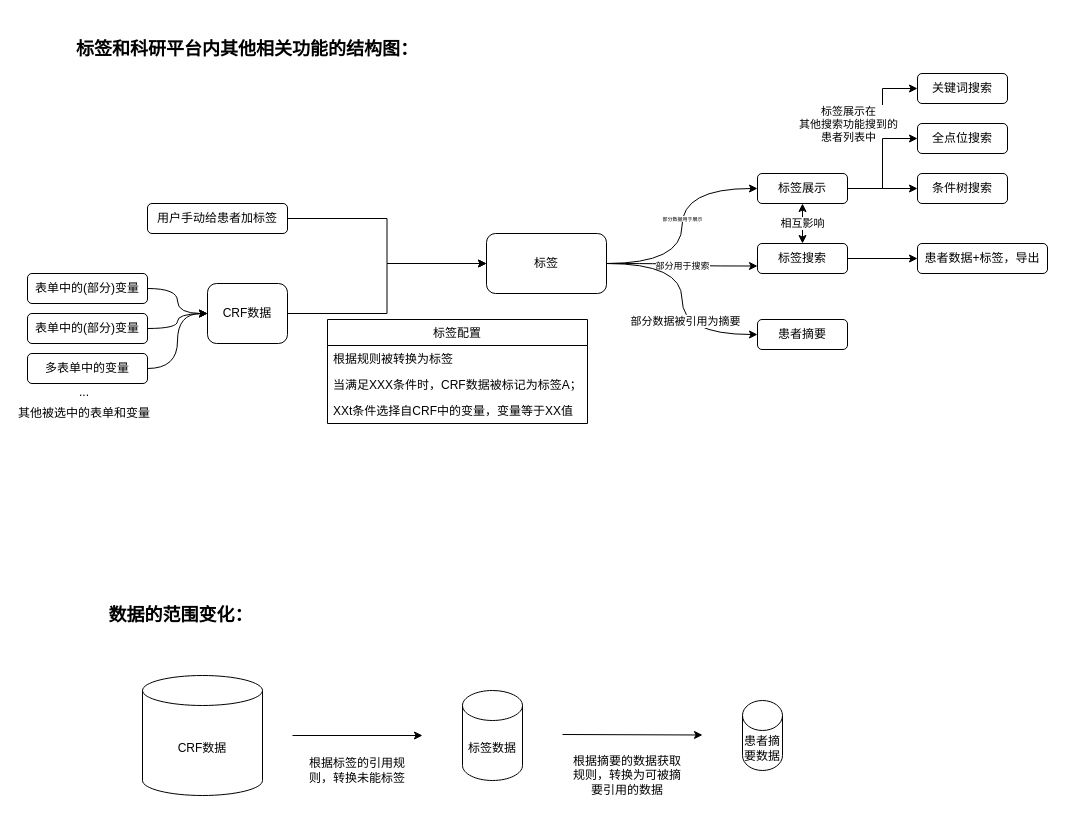
Earlier version of the draw.io diagram 系统关系.drawio (ElsaTravel/hello-world). Source tidied: cells renumbered, new cells numbered last; positions are measured from the earlier drawing's top-left corner, leaving out a move shared by most shapes. Both pictures are drawn from the tidied source at 100%, with x=0, y=0 at pixel (17, 37).
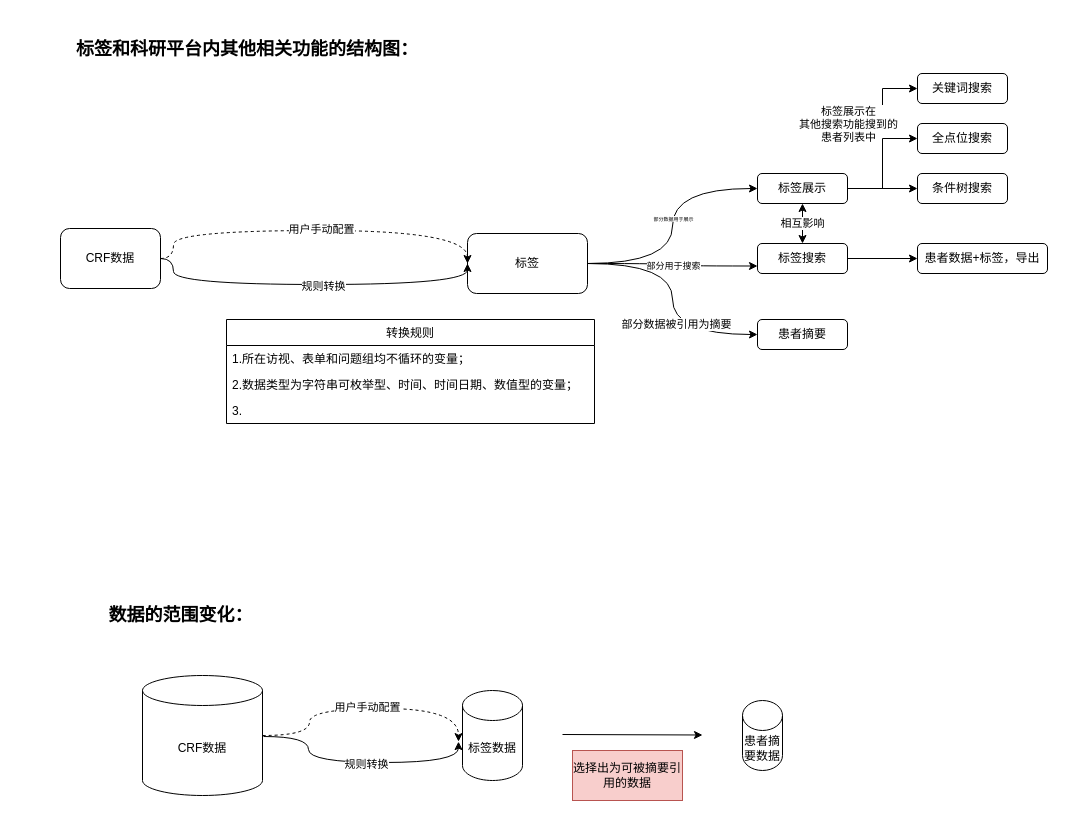
Above is the later version.

Commit message:
更新系统关系.drawio

Unchanged cells that the change refers to:
```xml
<mxCell id="14" value="CRF数据" style="shape=cylinder3;whiteSpace=wrap;html=1;boundedLbl=1;backgroundOutline=1;size=15;" parent="1" vertex="1">
  <mxGeometry x="125" y="638" width="120" height="120" as="geometry" />
</mxCell>
```

The edit, as a diff of the source:
```diff
@@
-    <mxCell id="2" style="endArrow=classic;html=1;" parent="1" edge="1">
-      <mxGeometry relative="1" as="geometry">
-        <mxPoint x="275" y="698" as="sourcePoint" />
-        <mxPoint x="405" y="698" as="targetPoint" />
-      </mxGeometry>
-    </mxCell>
-    <mxCell id="3" value="根据标签的引用规则，转换未能标签" style="text;html=1;strokeColor=none;fillColor=none;align=center;verticalAlign=middle;whiteSpace=wrap;rounded=0;" parent="1" vertex="1">
-      <mxGeometry x="285" y="708" width="110" height="50" as="geometry" />
-    </mxCell>
@@
-    <mxCell id="5" value="根据摘要的数据获取规则，转换为可被摘要引用的数据" style="text;html=1;strokeColor=none;fillColor=none;align=center;verticalAlign=middle;whiteSpace=wrap;rounded=0;" parent="1" vertex="1">
+    <mxCell id="5" value="选择出为可被摘要引用的数据" style="text;html=1;strokeColor=#b85450;fillColor=#f8cecc;align=center;verticalAlign=middle;whiteSpace=wrap;rounded=0;" parent="1" vertex="1">
       <mxGeometry x="555" y="713" width="110" height="50" as="geometry" />
     </mxCell>
@@
     <mxCell id="12" value="标签" style="rounded=1;whiteSpace=wrap;html=1;" parent="1" vertex="1">
-      <mxGeometry x="469" y="196" width="120" height="60" as="geometry" />
+      <mxGeometry x="450" y="196" width="120" height="60" as="geometry" />
     </mxCell>
@@
-    <mxCell id="16" style="edgeStyle=orthogonalEdgeStyle;rounded=0;jettySize=auto;html=1;entryX=0;entryY=0.5;entryDx=0;entryDy=0;" parent="1" edge="1" source="17" target="12">
-      <mxGeometry relative="1" as="geometry" />
-    </mxCell>
-    <mxCell id="17" value="用户手动给患者加标签" style="rounded=1;whiteSpace=wrap;html=1;" parent="1" vertex="1">
-      <mxGeometry x="130" y="166" width="140" height="30" as="geometry" />
-    </mxCell>
-    <mxCell id="18" style="edgeStyle=orthogonalEdgeStyle;rounded=0;jettySize=auto;html=1;entryX=0;entryY=0.5;entryDx=0;entryDy=0;" parent="1" edge="1" source="19" target="12">
+    <mxCell id="18" style="edgeStyle=orthogonalEdgeStyle;rounded=0;orthogonalLoop=1;jettySize=auto;html=1;entryX=0;entryY=0.5;entryDx=0;entryDy=0;exitX=0;exitY=0.5;exitDx=0;exitDy=0;" parent="1" edge="1" source="12" target="12">
       <mxGeometry relative="1" as="geometry" />
     </mxCell>
+    <mxCell id="47" style="edgeStyle=orthogonalEdgeStyle;curved=1;rounded=0;jettySize=auto;html=1;exitX=1;exitY=0.5;exitDx=0;exitDy=0;entryX=0;entryY=0.5;entryDx=0;entryDy=0;dashed=1;" parent="1" edge="1" source="19" target="12">
+      <mxGeometry relative="1" as="geometry">
+        <Array as="points">
+          <mxPoint x="156" y="193" />
+          <mxPoint x="450" y="193" />
+        </Array>
+      </mxGeometry>
+    </mxCell>
+    <mxCell id="48" value="用户手动配置" style="edgeLabel;html=1;align=center;verticalAlign=middle;" parent="47" vertex="1">
+      <mxGeometry x="0.02" y="2" relative="1" as="geometry" />
+    </mxCell>
+    <mxCell id="49" style="edgeStyle=orthogonalEdgeStyle;curved=1;rounded=0;jettySize=auto;html=1;exitX=1;exitY=0.5;exitDx=0;exitDy=0;entryX=0;entryY=0.5;entryDx=0;entryDy=0;" parent="1" edge="1" source="19" target="12">
+      <mxGeometry relative="1" as="geometry">
+        <Array as="points">
+          <mxPoint x="156" y="247" />
+          <mxPoint x="450" y="247" />
+        </Array>
+      </mxGeometry>
+    </mxCell>
+    <mxCell id="50" value="规则转换" style="edgeLabel;html=1;align=center;verticalAlign=middle;" parent="49" vertex="1">
+      <mxGeometry x="0.06" y="-1" relative="1" as="geometry" />
+    </mxCell>
     <mxCell id="19" value="CRF数据" style="rounded=1;whiteSpace=wrap;html=1;" parent="1" vertex="1">
-      <mxGeometry x="190" y="246" width="80" height="60" as="geometry" />
+      <mxGeometry x="43" y="191" width="100" height="60" as="geometry" />
     </mxCell>
@@
-    <mxCell id="30" style="edgeStyle=orthogonalEdgeStyle;curved=1;rounded=0;jettySize=auto;html=1;exitX=1;exitY=0.5;exitDx=0;exitDy=0;entryX=0;entryY=0.5;entryDx=0;entryDy=0;" parent="1" edge="1" source="31" target="19">
-      <mxGeometry relative="1" as="geometry" />
-    </mxCell>
-    <mxCell id="31" value="表单中的(部分)变量" style="rounded=1;whiteSpace=wrap;html=1;" parent="1" vertex="1">
-      <mxGeometry x="10" y="236" width="120" height="30" as="geometry" />
-    </mxCell>
-    <mxCell id="32" style="edgeStyle=orthogonalEdgeStyle;curved=1;rounded=0;jettySize=auto;html=1;exitX=1;exitY=0.5;exitDx=0;exitDy=0;" parent="1" edge="1" source="33">
-      <mxGeometry relative="1" as="geometry">
-        <mxPoint x="190" y="276" as="targetPoint" />
-      </mxGeometry>
-    </mxCell>
-    <mxCell id="33" value="表单中的(部分)变量" style="rounded=1;whiteSpace=wrap;html=1;" parent="1" vertex="1">
-      <mxGeometry x="10" y="276" width="120" height="30" as="geometry" />
-    </mxCell>
-    <mxCell id="34" value="标签配置" style="swimlane;fontStyle=0;horizontal=1;startSize=26;" parent="1" vertex="1">
-      <mxGeometry x="310" y="282" width="260" height="104" as="geometry" />
+    <mxCell id="34" value="转换规则" style="swimlane;fontStyle=0;horizontal=1;startSize=26;" parent="1" vertex="1">
+      <mxGeometry x="209" y="282" width="368" height="104" as="geometry" />
     </mxCell>
-    <mxCell id="35" value="根据规则被转换为标签" style="text;strokeColor=none;fillColor=none;align=left;verticalAlign=top;spacingLeft=4;spacingRight=4;overflow=hidden;" parent="34" vertex="1">
-      <mxGeometry y="26" width="260" height="26" as="geometry" />
+    <mxCell id="35" value="1.所在访视、表单和问题组均不循环的变量；" style="text;align=left;verticalAlign=top;spacingLeft=4;spacingRight=4;overflow=hidden;" parent="34" vertex="1">
+      <mxGeometry y="26" width="368" height="26" as="geometry" />
     </mxCell>
-    <mxCell id="36" value="当满足XXX条件时，CRF数据被标记为标签A；" style="text;strokeColor=none;fillColor=none;align=left;verticalAlign=top;spacingLeft=4;spacingRight=4;overflow=hidden;" parent="34" vertex="1">
-      <mxGeometry y="52" width="260" height="26" as="geometry" />
+    <mxCell id="36" value="2.数据类型为字符串可枚举型、时间、时间日期、数值型的变量；" style="text;align=left;verticalAlign=top;spacingLeft=4;spacingRight=4;overflow=hidden;" parent="34" vertex="1">
+      <mxGeometry y="52" width="368" height="26" as="geometry" />
     </mxCell>
-    <mxCell id="37" value="XXt条件选择自CRF中的变量，变量等于XX值" style="text;strokeColor=none;fillColor=none;align=left;verticalAlign=top;spacingLeft=4;spacingRight=4;overflow=hidden;" parent="34" vertex="1">
-      <mxGeometry y="78" width="260" height="26" as="geometry" />
+    <mxCell id="37" value="3." style="text;align=left;verticalAlign=top;spacingLeft=4;spacingRight=4;overflow=hidden;" parent="34" vertex="1">
+      <mxGeometry y="78" width="368" height="26" as="geometry" />
     </mxCell>
@@
-    <mxCell id="43" style="edgeStyle=orthogonalEdgeStyle;rounded=0;jettySize=auto;html=1;entryX=0;entryY=0.5;entryDx=0;entryDy=0;curved=1;" parent="1" edge="1" source="44" target="19">
-      <mxGeometry relative="1" as="geometry" />
-    </mxCell>
-    <mxCell id="44" value="多表单中的变量" style="rounded=1;whiteSpace=wrap;html=1;" parent="1" vertex="1">
-      <mxGeometry x="10" y="316" width="120" height="30" as="geometry" />
-    </mxCell>
-    <mxCell id="45" value="..." style="text;html=1;strokeColor=none;fillColor=none;align=center;verticalAlign=middle;whiteSpace=wrap;rounded=0;strokeWidth=5;" parent="1" vertex="1">
-      <mxGeometry x="47" y="345" width="40" height="20" as="geometry" />
-    </mxCell>
-    <mxCell id="46" value="其他被选中的表单和变量" style="text;html=1;strokeColor=none;fillColor=none;align=center;verticalAlign=middle;whiteSpace=wrap;rounded=0;" parent="1" vertex="1">
-      <mxGeometry y="366" width="134" height="20" as="geometry" />
-    </mxCell>
+    <mxCell id="51" style="edgeStyle=orthogonalEdgeStyle;curved=1;rounded=0;jettySize=auto;html=1;exitX=1;exitY=0.5;exitDx=0;exitDy=0;entryX=0;entryY=0.5;entryDx=0;entryDy=0;dashed=1;exitPerimeter=0;" parent="1" edge="1" source="14">
+      <mxGeometry relative="1" as="geometry">
+        <mxPoint x="441" y="704.1" as="targetPoint" />
+        <Array as="points">
+          <mxPoint x="292" y="698" />
+          <mxPoint x="292" y="671" />
+          <mxPoint x="441" y="671" />
+        </Array>
+      </mxGeometry>
+    </mxCell>
+    <mxCell id="52" value="用户手动配置" style="edgeLabel;html=1;align=center;verticalAlign=middle;" parent="51" vertex="1">
+      <mxGeometry x="0.02" y="2" relative="1" as="geometry" />
+    </mxCell>
+    <mxCell id="53" style="edgeStyle=orthogonalEdgeStyle;curved=1;rounded=0;orthogonalLoop=1;jettySize=auto;html=1;entryX=0;entryY=0.5;entryDx=0;entryDy=0;" parent="1" edge="1">
+      <mxGeometry relative="1" as="geometry">
+        <mxPoint x="246" y="699" as="sourcePoint" />
+        <mxPoint x="441" y="704.1" as="targetPoint" />
+        <Array as="points">
+          <mxPoint x="291" y="699" />
+          <mxPoint x="291" y="725" />
+          <mxPoint x="441" y="725" />
+        </Array>
+      </mxGeometry>
+    </mxCell>
+    <mxCell id="54" value="规则转换" style="edgeLabel;html=1;align=center;verticalAlign=middle;" parent="53" vertex="1">
+      <mxGeometry x="0.06" y="-1" relative="1" as="geometry" />
+    </mxCell>
```
